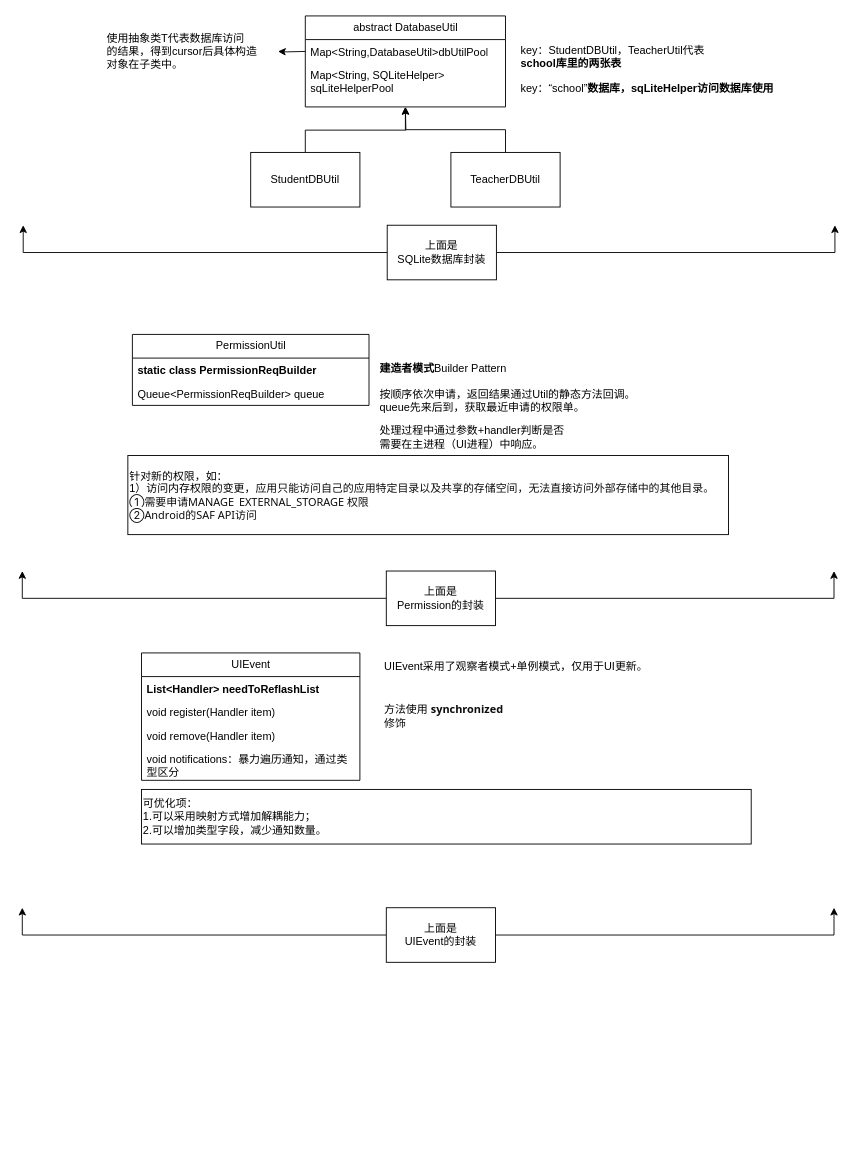
baizhu0414/Diagrams keeps this draw.io diagram as WorkRecord/项目相关问题.drawio. Above is the earlier version. Source tidied: cells renumbered, new cells numbered last; positions are measured from the earlier drawing's top-left corner, leaving out a move shared by most shapes. Both pictures are drawn from the tidied source at 91%, with x=0, y=0 at pixel (22, 15).
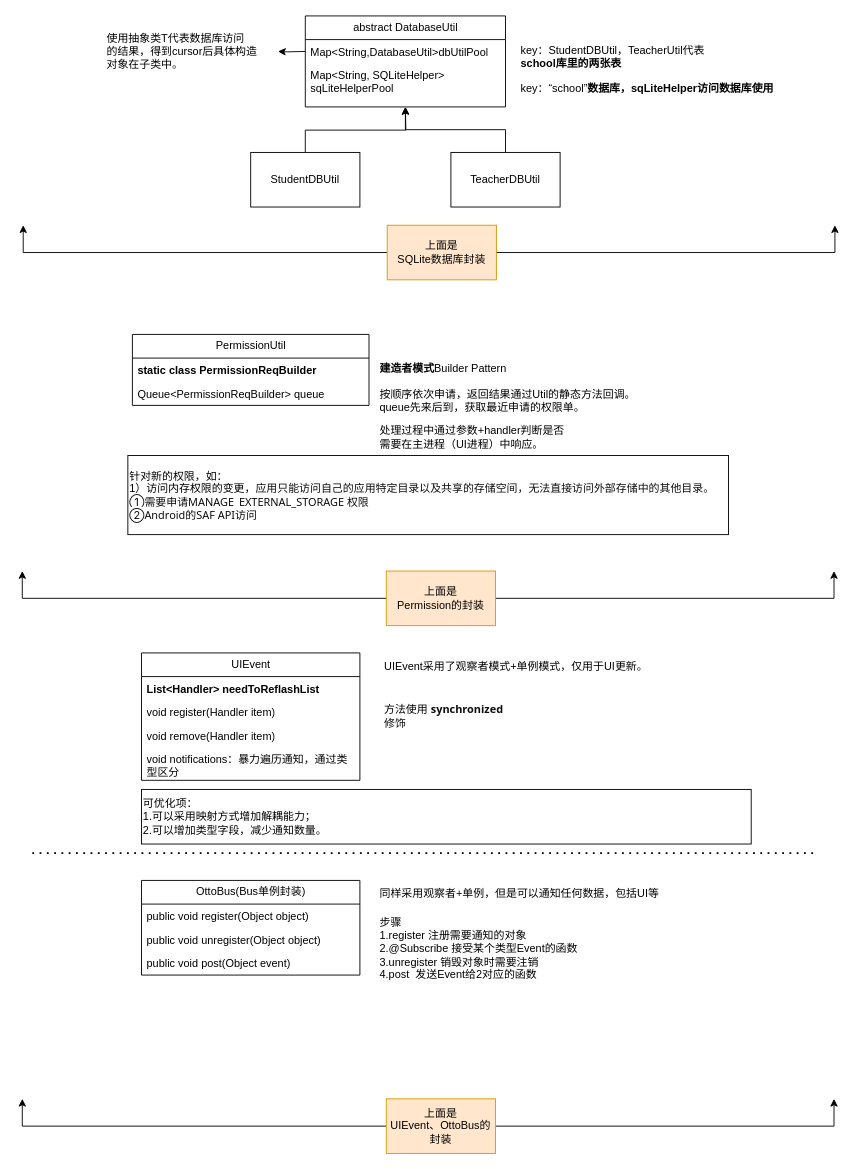
The same diagram, later.

Commit message:
更新项目相关问题.drawio

What changed in the source:
```diff
@@
-    <mxCell id="15" value="&lt;div&gt;上面是&lt;/div&gt;SQLite数据库封装" style="whiteSpace=wrap;html=1;" parent="1" vertex="1">
+    <mxCell id="15" value="&lt;div&gt;上面是&lt;/div&gt;SQLite数据库封装" style="whiteSpace=wrap;html=1;fillColor=#ffe6cc;strokeColor=#d79b00;" parent="1" vertex="1">
       <mxGeometry x="401" y="230" width="120" height="60" as="geometry" />
     </mxCell>
@@
-    <mxCell id="25" value="&lt;div&gt;上面是&lt;/div&gt;Permission的封装" style="whiteSpace=wrap;html=1;" parent="1" vertex="1">
+    <mxCell id="25" value="&lt;div&gt;上面是&lt;/div&gt;Permission的封装" style="whiteSpace=wrap;html=1;fillColor=#ffe6cc;strokeColor=#d79b00;" parent="1" vertex="1">
       <mxGeometry x="400" y="610" width="120" height="60" as="geometry" />
     </mxCell>
@@
     <mxCell id="33" style="edgeStyle=orthogonalEdgeStyle;rounded=0;jettySize=auto;html=1;exitX=0;exitY=0.5;exitDx=0;exitDy=0;" parent="1" edge="1" source="35">
       <mxGeometry relative="1" as="geometry">
-        <mxPoint y="980" as="targetPoint" />
+        <mxPoint y="1190" as="targetPoint" />
         <Array as="points">
-          <mxPoint y="1010" />
+          <mxPoint y="1220" />
         </Array>
       </mxGeometry>
     </mxCell>
     <mxCell id="34" style="edgeStyle=orthogonalEdgeStyle;rounded=0;jettySize=auto;html=1;exitX=1;exitY=0.5;exitDx=0;exitDy=0;" parent="1" edge="1" source="35">
       <mxGeometry relative="1" as="geometry">
-        <mxPoint x="892" y="980" as="targetPoint" />
+        <mxPoint x="892" y="1190" as="targetPoint" />
         <Array as="points">
-          <mxPoint x="892" y="1010" />
+          <mxPoint x="892" y="1220" />
         </Array>
       </mxGeometry>
     </mxCell>
-    <mxCell id="35" value="&lt;div&gt;上面是&lt;/div&gt;UIEvent的封装" style="whiteSpace=wrap;html=1;" parent="1" vertex="1">
-      <mxGeometry x="400" y="980" width="120" height="60" as="geometry" />
+    <mxCell id="35" value="&lt;div&gt;上面是&lt;/div&gt;UIEvent、OttoBus的封装" style="whiteSpace=wrap;html=1;fillColor=#ffe6cc;strokeColor=#d79b00;" parent="1" vertex="1">
+      <mxGeometry x="400" y="1190" width="120" height="60" as="geometry" />
     </mxCell>
@@
+    <mxCell id="37" style="endArrow=none;dashed=1;html=1;dashPattern=1 3;strokeWidth=2;rounded=0;" parent="1" edge="1">
+      <mxGeometry relative="1" as="geometry">
+        <mxPoint x="11" y="920" as="sourcePoint" />
+        <mxPoint x="871" y="920" as="targetPoint" />
+      </mxGeometry>
+    </mxCell>
+    <mxCell id="38" value="OttoBus(Bus单例封装)" style="swimlane;fontStyle=0;horizontal=1;startSize=26;fillColor=none;html=1;" parent="1" vertex="1">
+      <mxGeometry x="131" y="950" width="240" height="104" as="geometry" />
+    </mxCell>
+    <mxCell id="39" value="public void register(Object object)" style="text;strokeColor=none;fillColor=none;align=left;verticalAlign=top;spacingLeft=4;spacingRight=4;overflow=hidden;whiteSpace=wrap;html=1;" parent="38" vertex="1">
+      <mxGeometry y="26" width="240" height="26" as="geometry" />
+    </mxCell>
+    <mxCell id="40" value="public void unregister(Object object)" style="text;strokeColor=none;fillColor=none;align=left;verticalAlign=top;spacingLeft=4;spacingRight=4;overflow=hidden;whiteSpace=wrap;html=1;" parent="38" vertex="1">
+      <mxGeometry y="52" width="240" height="26" as="geometry" />
+    </mxCell>
+    <mxCell id="41" value="public void post(Object event)" style="text;strokeColor=none;fillColor=none;align=left;verticalAlign=top;spacingLeft=4;spacingRight=4;overflow=hidden;whiteSpace=wrap;html=1;" parent="38" vertex="1">
+      <mxGeometry y="78" width="240" height="26" as="geometry" />
+    </mxCell>
+    <mxCell id="42" value="同样采用观察者+单例，但是可以通知任何数据，包括UI等" style="text;html=1;align=left;verticalAlign=middle;strokeColor=none;fillColor=none;" parent="1" vertex="1">
+      <mxGeometry x="391" y="950" width="330" height="30" as="geometry" />
+    </mxCell>
+    <mxCell id="43" value="步骤&lt;br&gt;1.register&amp;nbsp;注册需要通知的对象&lt;br&gt;2.@Subscribe&amp;nbsp;接受某个类型Event的函数&lt;br&gt;3.unregister&amp;nbsp;销毁对象时需要注销&lt;br&gt;4.post&amp;nbsp; 发送Event给2对应的函数" style="text;html=1;align=left;verticalAlign=middle;strokeColor=none;fillColor=none;" parent="1" vertex="1">
+      <mxGeometry x="391" y="980" width="240" height="90" as="geometry" />
+    </mxCell>
```
